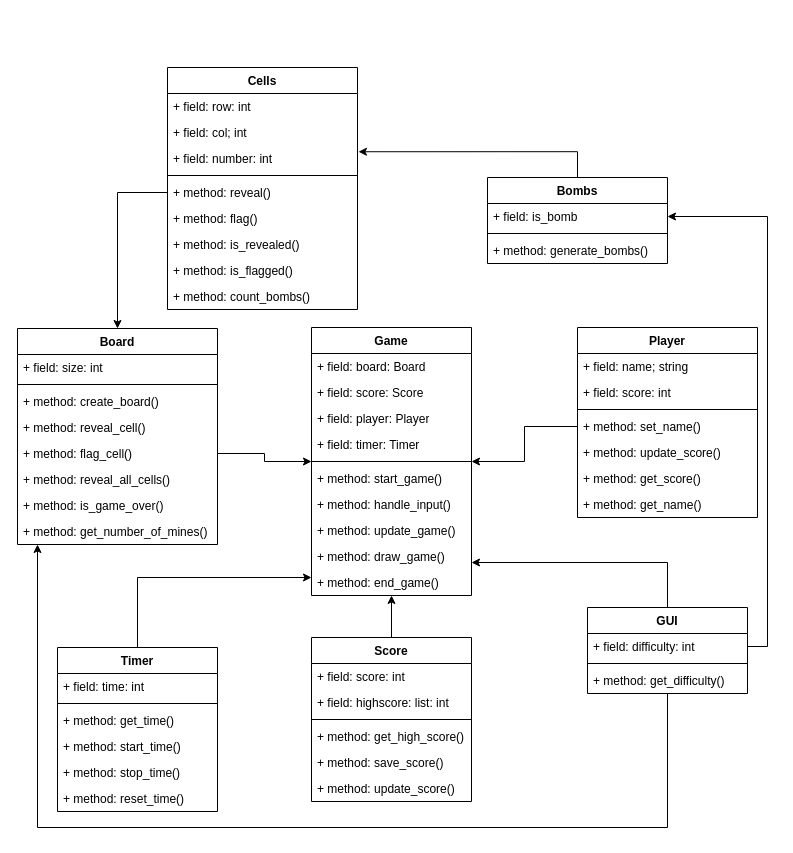
This is Diagram bez tytułu.drawio from LeonLepkowski/DiagramPO, a draw.io file, before an edit. Source tidied: cells renumbered, new cells numbered last; positions are measured from the earlier drawing's top-left corner, leaving out a move shared by most shapes. Both pictures are drawn from the tidied source at 100%, with x=0, y=0 at pixel (17, 67).
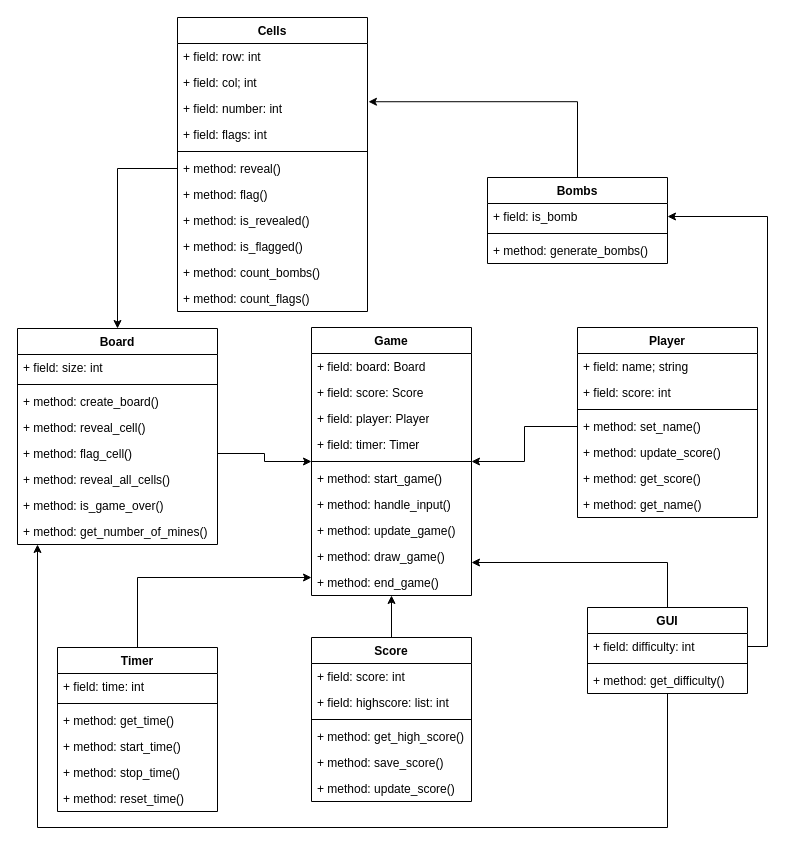
The same page after the edit.

The edit, as a diff of the source:
```diff
@@
     <mxCell id="46" value="Cells" style="swimlane;fontStyle=1;align=center;verticalAlign=top;horizontal=1;startSize=26;whiteSpace=wrap;html=1;" parent="1" vertex="1">
-      <mxGeometry x="150" width="190" height="242" as="geometry" />
+      <mxGeometry x="160" y="-50" width="190" height="294" as="geometry" />
     </mxCell>
@@
+    <mxCell id="71" value="+ field: flags: int" style="text;strokeColor=none;fillColor=none;align=left;verticalAlign=top;spacingLeft=4;spacingRight=4;overflow=hidden;whiteSpace=wrap;html=1;" parent="46" vertex="1">
+      <mxGeometry y="104" width="190" height="26" as="geometry" />
+    </mxCell>
     <mxCell id="50" style="line;strokeWidth=1;fillColor=none;align=left;verticalAlign=middle;spacingTop=-1;spacingLeft=3;spacingRight=3;labelPosition=right;strokeColor=inherit;" parent="46" vertex="1">
-      <mxGeometry y="104" width="190" height="8" as="geometry" />
+      <mxGeometry y="130" width="190" height="8" as="geometry" />
     </mxCell>
     <mxCell id="51" value="+ method: reveal()" style="text;strokeColor=none;fillColor=none;align=left;verticalAlign=top;spacingLeft=4;spacingRight=4;overflow=hidden;points=[[0,0.5],[1,0.5]];portConstraint=eastwest;whiteSpace=wrap;html=1;" parent="46" vertex="1">
-      <mxGeometry y="112" width="190" height="26" as="geometry" />
+      <mxGeometry y="138" width="190" height="26" as="geometry" />
     </mxCell>
     <mxCell id="52" value="+ method: flag()" style="text;strokeColor=none;fillColor=none;align=left;verticalAlign=top;spacingLeft=4;spacingRight=4;overflow=hidden;whiteSpace=wrap;html=1;" parent="46" vertex="1">
-      <mxGeometry y="138" width="190" height="26" as="geometry" />
+      <mxGeometry y="164" width="190" height="26" as="geometry" />
     </mxCell>
     <mxCell id="53" value="+ method: is_revealed()" style="text;strokeColor=none;fillColor=none;align=left;verticalAlign=top;spacingLeft=4;spacingRight=4;overflow=hidden;whiteSpace=wrap;html=1;" parent="46" vertex="1">
-      <mxGeometry y="164" width="190" height="26" as="geometry" />
+      <mxGeometry y="190" width="190" height="26" as="geometry" />
     </mxCell>
     <mxCell id="54" value="+ method: is_flagged()" style="text;strokeColor=none;fillColor=none;align=left;verticalAlign=top;spacingLeft=4;spacingRight=4;overflow=hidden;whiteSpace=wrap;html=1;" parent="46" vertex="1">
-      <mxGeometry y="190" width="190" height="26" as="geometry" />
+      <mxGeometry y="216" width="190" height="26" as="geometry" />
     </mxCell>
     <mxCell id="55" value="+ method: count_bombs()" style="text;strokeColor=none;fillColor=none;align=left;verticalAlign=top;spacingLeft=4;spacingRight=4;overflow=hidden;whiteSpace=wrap;html=1;" parent="46" vertex="1">
-      <mxGeometry y="216" width="190" height="26" as="geometry" />
+      <mxGeometry y="242" width="190" height="26" as="geometry" />
     </mxCell>
+    <mxCell id="72" value="+ method: count_flags()" style="text;strokeColor=none;fillColor=none;align=left;verticalAlign=top;spacingLeft=4;spacingRight=4;overflow=hidden;whiteSpace=wrap;html=1;" parent="46" vertex="1">
+      <mxGeometry y="268" width="190" height="26" as="geometry" />
+    </mxCell>
```
